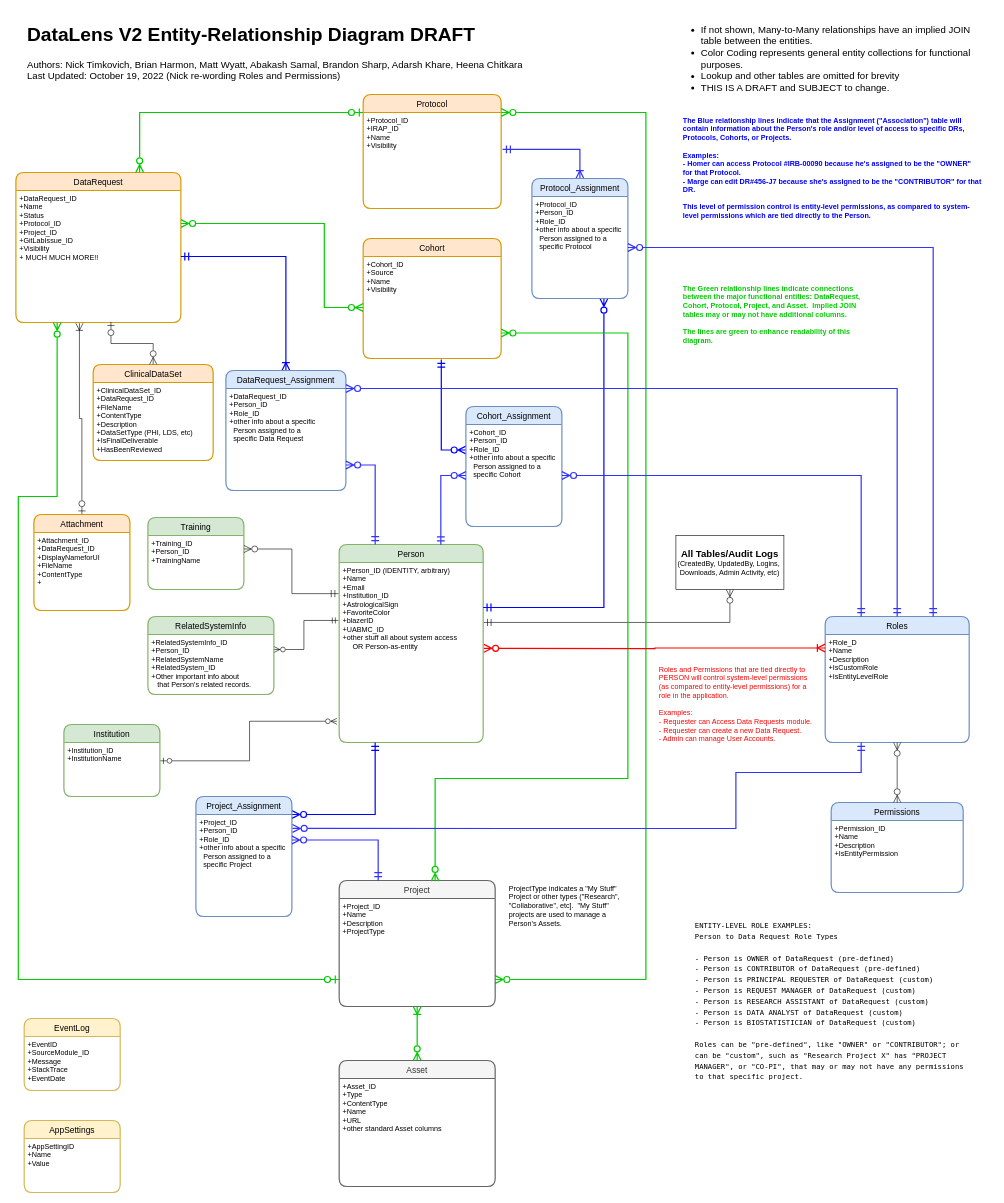
The draw.io diagram page "Person Role Permission" (3 of 3) of DataLens V2 Team ERD.drawio in ntimkovich/UAB-II-Diagrams, before the edit. Source tidied: cells renumbered, new cells numbered last; positions are measured from the earlier drawing's top-left corner, leaving out a move shared by most shapes. Both pictures are drawn from the tidied source at 60%, with x=0, y=0 at pixel (16, 10).
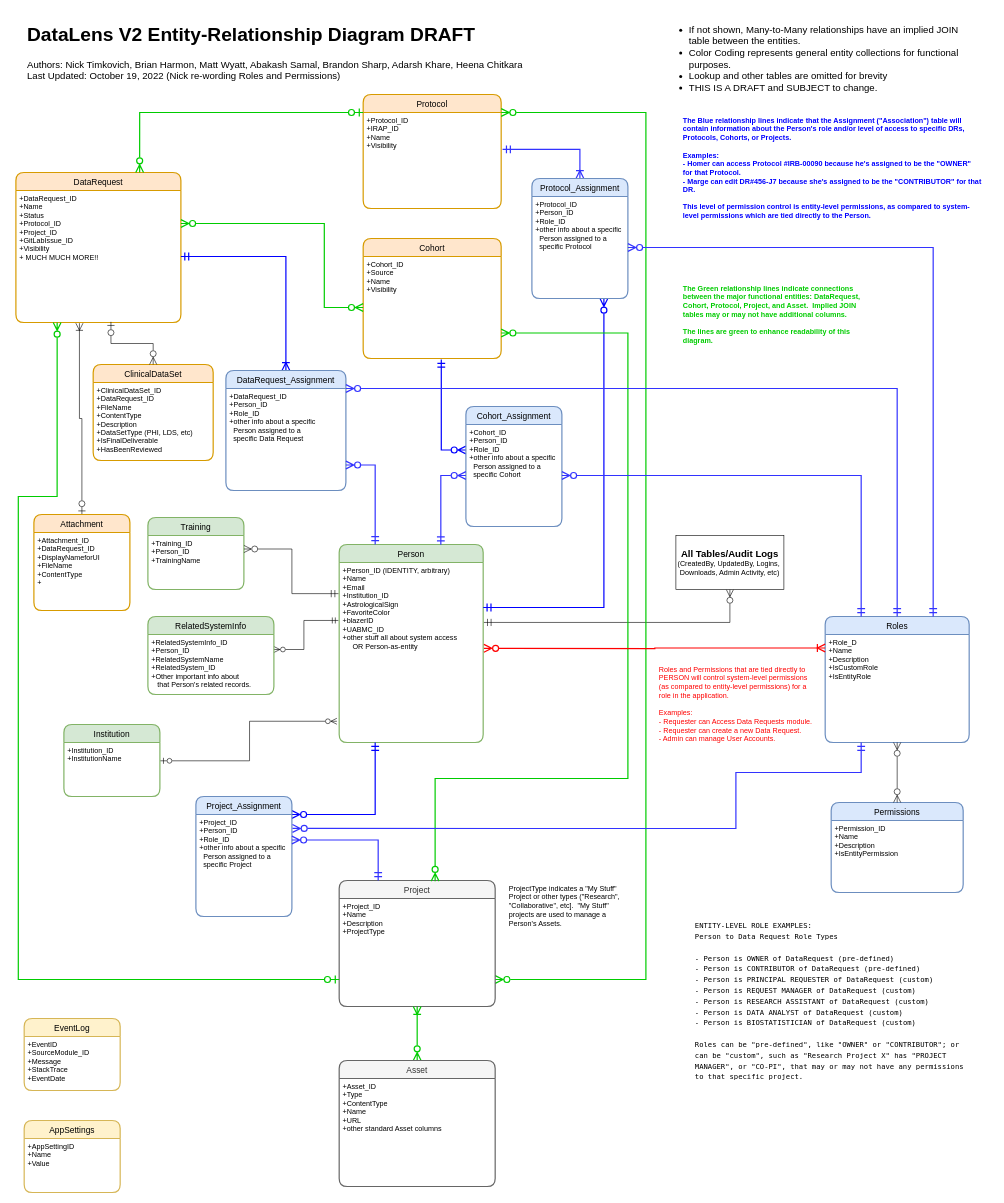
The same page after the edit.

Commit message:
New tab name for Person Role Permission

The change refers to these unchanged cells:
```xml
<mxCell id="42" value="Roles" style="swimlane;horizontal=1;startSize=30;rounded=1;fontSize=14;fontStyle=0;strokeWidth=2;shadow=0;dashed=0;align=center;fillColor=#dae8fc;strokeColor=#6c8ebf;" parent="1" vertex="1">
  <mxGeometry x="1348.8" y="1010" width="240" height="210" as="geometry" />
</mxCell>
```

Diff of the diagram source:
```diff
@@
-    <mxCell id="43" value="+Role_D&#10;+Name&#10;+Description&#10;+IsCustomRole&#10;+IsEntityLevelRole&#10;" style="align=left;strokeColor=none;fillColor=none;spacingLeft=4;fontSize=12;verticalAlign=top;" parent="42" vertex="1">
+    <mxCell id="43" value="+Role_D&#10;+Name&#10;+Description&#10;+IsCustomRole&#10;+IsEntityRole&#10;" style="align=left;strokeColor=none;fillColor=none;spacingLeft=4;fontSize=12;verticalAlign=top;" parent="42" vertex="1">
       <mxGeometry y="30" width="240" height="180" as="geometry" />
     </mxCell>
@@
     <mxCell id="49" value="&lt;ul&gt;&lt;li&gt;If not shown, Many-to-Many relationships have an implied JOIN table between the entities.&lt;/li&gt;&lt;li&gt;Color Coding represents general entity collections for functional purposes.&lt;/li&gt;&lt;li&gt;Lookup and other tables are omitted for brevity&lt;/li&gt;&lt;li&gt;THIS IS A DRAFT and SUBJECT to change.&lt;/li&gt;&lt;/ul&gt;" style="text;html=1;strokeColor=none;fillColor=none;align=left;verticalAlign=top;whiteSpace=wrap;rounded=0;fontSize=16;" parent="1" vertex="1">
-      <mxGeometry x="1100" width="530" height="150" as="geometry" />
+      <mxGeometry x="1080" width="530" height="150" as="geometry" />
     </mxCell>
```
